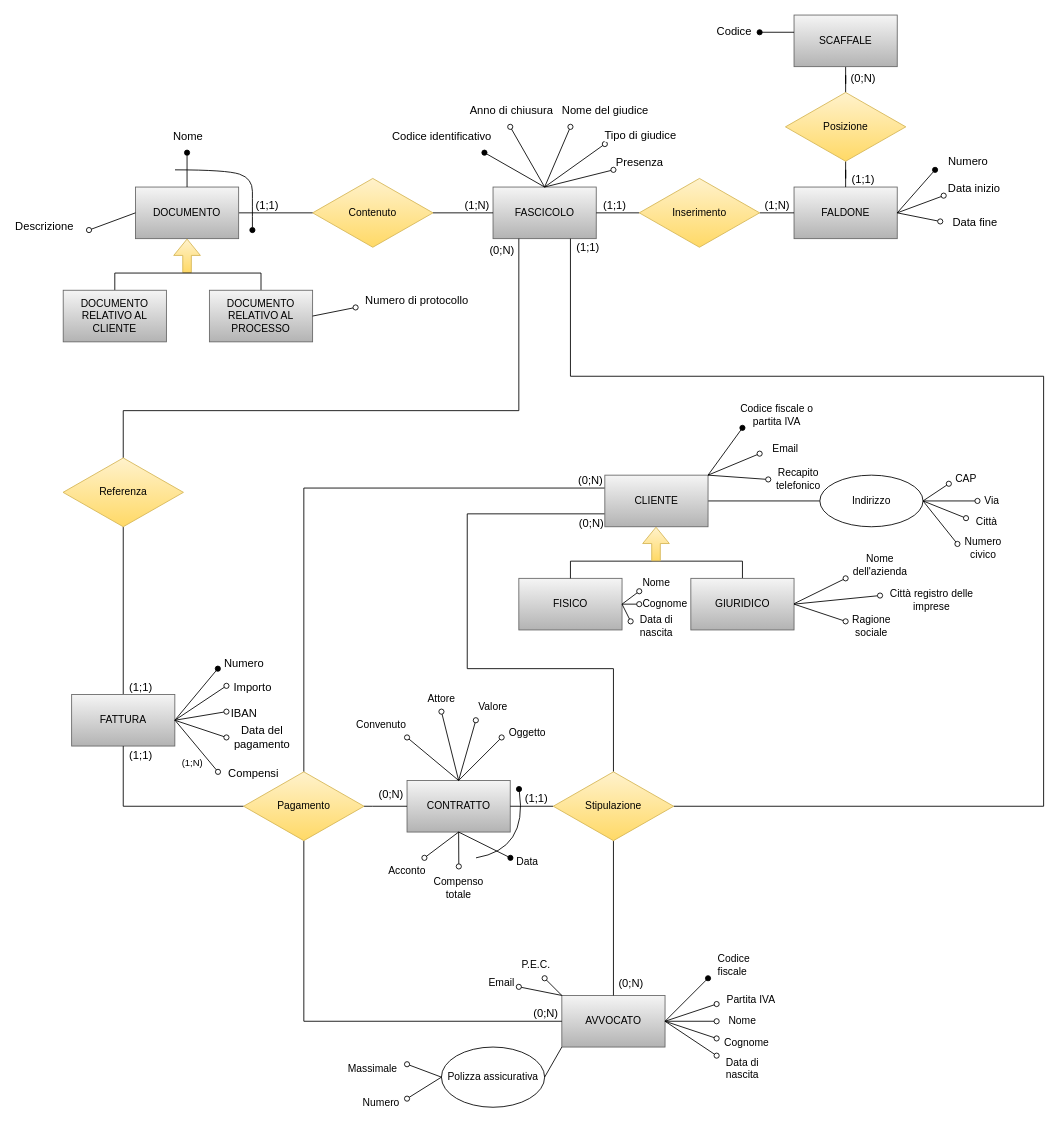
Above: DiagrammaER_Completo_Iniziale.drawio in AndreaCiv/BasiDiDati (draw.io), before the change. Source tidied: cells renumbered, new cells numbered last; positions are measured from the earlier drawing's top-left corner, leaving out a move shared by most shapes. Both pictures are drawn from the tidied source at 86%, with x=0, y=0 at pixel (63, 15).
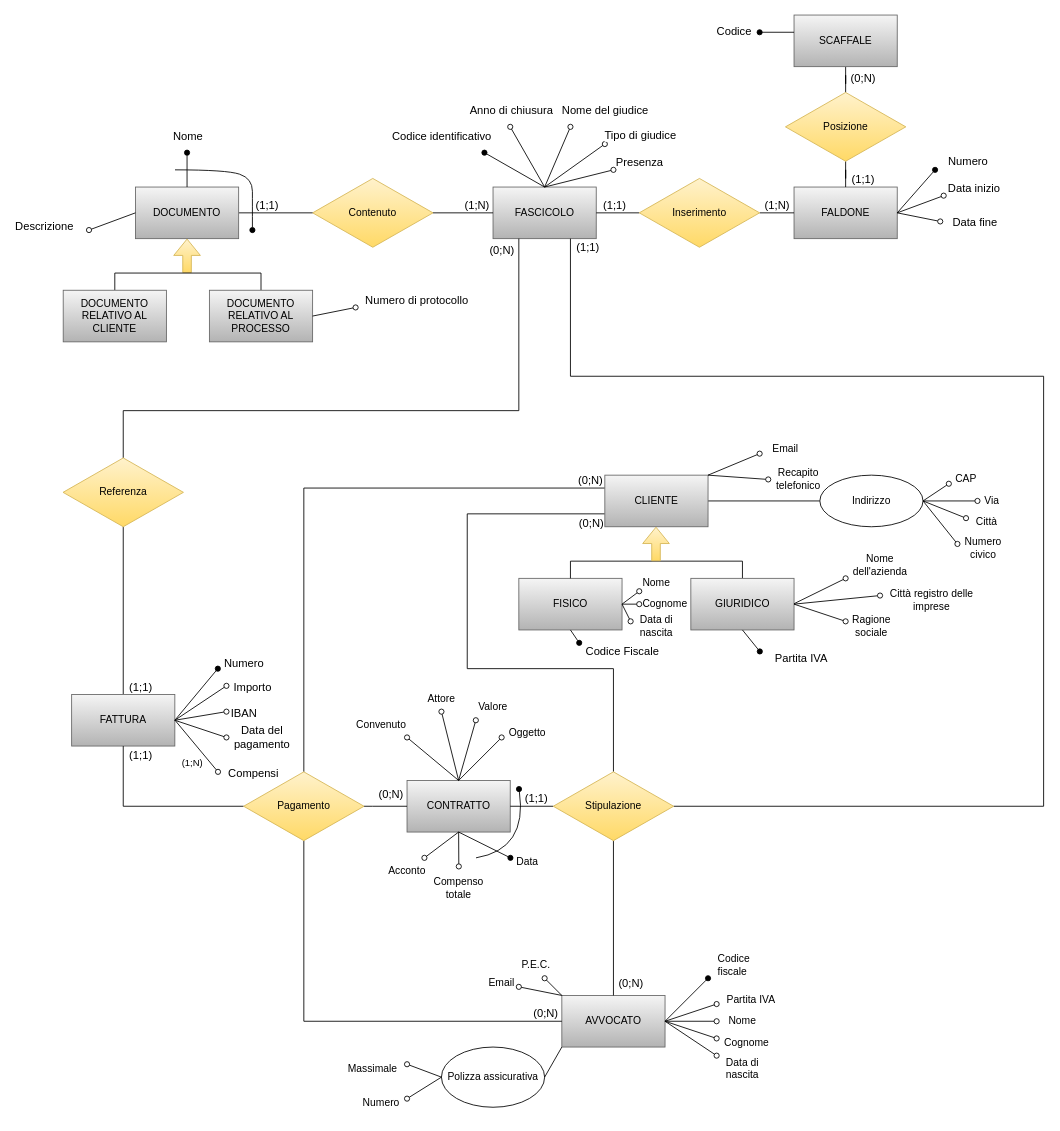
Above is the later version.

Commit message:
modifica chiave cliente

The change refers to these unchanged cells:
```xml
<mxCell id="116" value="FISICO" style="rounded=0;whiteSpace=wrap;html=1;fillColor=#f5f5f5;gradientColor=#b3b3b3;strokeColor=#666666;" parent="1" vertex="1">
  <mxGeometry x="529.8" y="655" width="120" height="60" as="geometry" />
</mxCell>
<mxCell id="118" value="GIURIDICO" style="rounded=0;whiteSpace=wrap;html=1;fillColor=#f5f5f5;gradientColor=#b3b3b3;strokeColor=#666666;" parent="1" vertex="1">
  <mxGeometry x="729.8" y="655" width="120" height="60" as="geometry" />
</mxCell>
```

What changed in the source:
```diff
@@
-    <mxCell id="120" style="endArrow=oval;html=1;rounded=0;endFill=1;" parent="1" edge="1">
-      <mxGeometry relative="1" as="geometry">
-        <mxPoint x="749.8" y="535" as="sourcePoint" />
-        <mxPoint x="789.8" y="480" as="targetPoint" />
-      </mxGeometry>
-    </mxCell>
@@
-    <mxCell id="122" value="Codice fiscale o partita IVA" style="text;html=1;strokeColor=none;fillColor=none;align=center;verticalAlign=middle;whiteSpace=wrap;rounded=0;" parent="1" vertex="1">
-      <mxGeometry x="769.8" y="460" width="120" height="10" as="geometry" />
-    </mxCell>
@@
+    <mxCell id="155" style="endArrow=oval;html=1;rounded=0;endFill=1;exitX=0.5;exitY=1;exitDx=0;exitDy=0;" parent="1" edge="1" source="116">
+      <mxGeometry relative="1" as="geometry">
+        <mxPoint x="600" y="730" as="targetPoint" />
+      </mxGeometry>
+    </mxCell>
+    <mxCell id="156" value="&lt;font style=&quot;font-size: 13px&quot;&gt;Codice Fiscale&lt;br&gt;&lt;/font&gt;" style="edgeLabel;html=1;align=center;verticalAlign=middle;" parent="155" vertex="1">
+      <mxGeometry x="0.58" y="2" relative="1" as="geometry">
+        <mxPoint x="50" y="14" as="offset" />
+      </mxGeometry>
+    </mxCell>
+    <mxCell id="157" style="endArrow=oval;html=1;rounded=0;endFill=1;exitX=0.5;exitY=1;exitDx=0;exitDy=0;" parent="1" edge="1" source="118">
+      <mxGeometry relative="1" as="geometry">
+        <mxPoint x="810" y="740" as="targetPoint" />
+      </mxGeometry>
+    </mxCell>
+    <mxCell id="158" value="&lt;font style=&quot;font-size: 13px&quot;&gt;Partita IVA&lt;br&gt;&lt;/font&gt;" style="edgeLabel;html=1;align=center;verticalAlign=middle;" parent="157" vertex="1">
+      <mxGeometry x="0.58" y="2" relative="1" as="geometry">
+        <mxPoint x="50" y="14" as="offset" />
+      </mxGeometry>
+    </mxCell>
```
